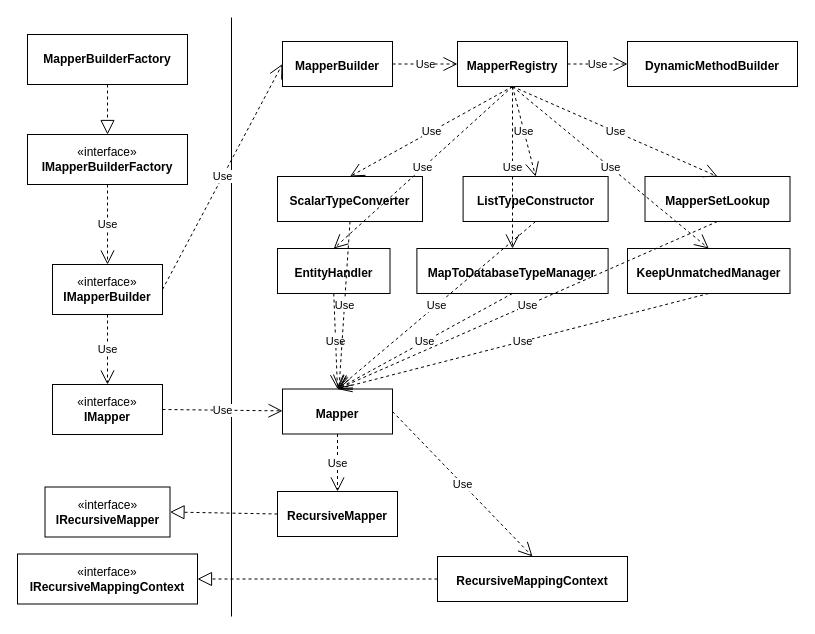
Earlier version of the draw.io diagram page "Program Structure" (3 of 3) of Document/Demonstration.drawio (keeper013/Oasis.EFMapper). Source tidied: cells renumbered, new cells numbered last; positions are measured from the earlier drawing's top-left corner, leaving out a move shared by most shapes. Both pictures are drawn from the tidied source at 100%, with x=0, y=0 at pixel (17, 17).
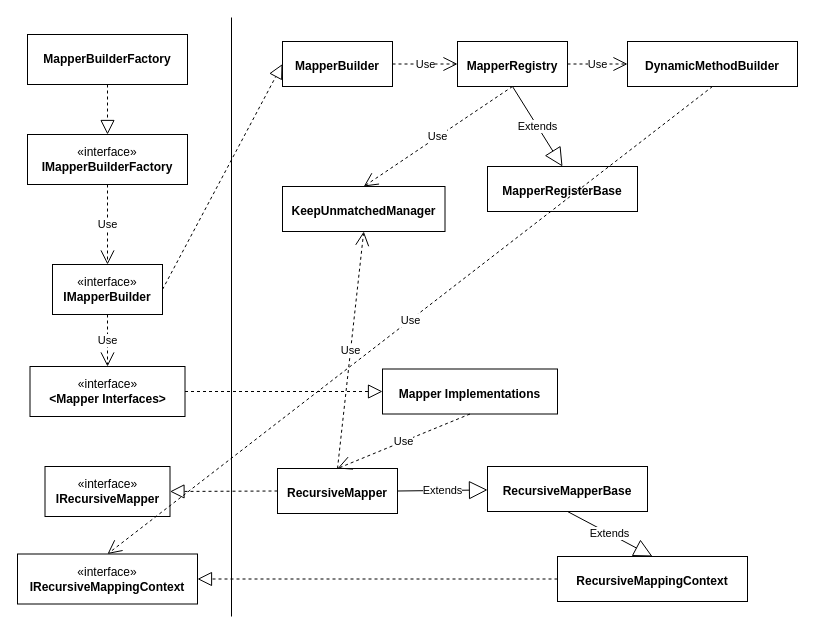
The same page after the edit.

The change refers to these unchanged cells:
```xml
<mxCell id="3" value="«interface»&lt;br&gt;&lt;b&gt;IMapperBuilder&lt;/b&gt;" style="html=1;whiteSpace=wrap;" parent="1" vertex="1">
  <mxGeometry x="35" y="247" width="110" height="50" as="geometry" />
</mxCell>
<mxCell id="10" value="&lt;p style=&quot;margin:0px;margin-top:4px;text-align:center;&quot;&gt;&lt;br&gt;&lt;b&gt;MapperBuilder&lt;/b&gt;&lt;/p&gt;" style="verticalAlign=top;align=left;overflow=fill;fontSize=12;fontFamily=Helvetica;html=1;whiteSpace=wrap;" parent="1" vertex="1">
  <mxGeometry x="265" y="24" width="110" height="45" as="geometry" />
</mxCell>
<mxCell id="14" value="&lt;p style=&quot;margin:0px;margin-top:4px;text-align:center;&quot;&gt;&lt;br&gt;&lt;b&gt;MapperRegistry&lt;/b&gt;&lt;/p&gt;" style="verticalAlign=top;align=left;overflow=fill;fontSize=12;fontFamily=Helvetica;html=1;whiteSpace=wrap;" parent="1" vertex="1">
  <mxGeometry x="440" y="24" width="110" height="45" as="geometry" />
</mxCell>
<mxCell id="22" value="«interface»&lt;br&gt;&lt;b&gt;IRecursiveMappingContext&lt;/b&gt;" style="html=1;whiteSpace=wrap;" parent="1" vertex="1">
  <mxGeometry y="536.5" width="180" height="50" as="geometry" />
</mxCell>
<mxCell id="24" value="&lt;p style=&quot;margin:0px;margin-top:4px;text-align:center;&quot;&gt;&lt;br&gt;&lt;b&gt;DynamicMethodBuilder&lt;/b&gt;&lt;/p&gt;" style="verticalAlign=top;align=left;overflow=fill;fontSize=12;fontFamily=Helvetica;html=1;whiteSpace=wrap;" parent="1" vertex="1">
  <mxGeometry x="610" y="24" width="170" height="45" as="geometry" />
</mxCell>
```

The edit, as a diff of the source:
```diff
@@
-    <mxCell id="2" value="«interface»&lt;br&gt;&lt;b&gt;IMapper&lt;/b&gt;" style="html=1;whiteSpace=wrap;" parent="1" vertex="1">
-      <mxGeometry x="35" y="367" width="110" height="50" as="geometry" />
+    <mxCell id="2" value="«interface»&lt;br&gt;&lt;b&gt;&amp;lt;Mapper Interfaces&amp;gt;&lt;/b&gt;" style="html=1;whiteSpace=wrap;" parent="1" vertex="1">
+      <mxGeometry x="12.5" y="349" width="155" height="50" as="geometry" />
     </mxCell>
@@
-    <mxCell id="11" value="&lt;p style=&quot;margin:0px;margin-top:4px;text-align:center;&quot;&gt;&lt;br&gt;&lt;b&gt;Mapper&lt;/b&gt;&lt;/p&gt;" style="verticalAlign=top;align=left;overflow=fill;fontSize=12;fontFamily=Helvetica;html=1;whiteSpace=wrap;" parent="1" vertex="1">
-      <mxGeometry x="265" y="371.5" width="110" height="45" as="geometry" />
-    </mxCell>
-    <mxCell id="12" value="Use" style="endArrow=open;endSize=12;dashed=1;html=1;rounded=0;exitX=1;exitY=0.5;exitDx=0;exitDy=0;entryX=0;entryY=0.5;entryDx=0;entryDy=0;" parent="1" edge="1" source="3" target="10">
-      <mxGeometry relative="1" as="geometry" />
-    </mxCell>
-    <mxCell id="13" value="Use" style="endArrow=open;endSize=12;dashed=1;html=1;rounded=0;exitX=1;exitY=0.5;exitDx=0;exitDy=0;" parent="1" edge="1" source="2" target="11">
-      <mxGeometry relative="1" as="geometry" />
-    </mxCell>
@@
     <mxCell id="16" value="&lt;p style=&quot;margin:0px;margin-top:4px;text-align:center;&quot;&gt;&lt;br&gt;&lt;b&gt;RecursiveMapper&lt;/b&gt;&lt;/p&gt;" style="verticalAlign=top;align=left;overflow=fill;fontSize=12;fontFamily=Helvetica;html=1;whiteSpace=wrap;" parent="1" vertex="1">
-      <mxGeometry x="260" y="474" width="120" height="45" as="geometry" />
+      <mxGeometry x="260" y="451" width="120" height="45" as="geometry" />
     </mxCell>
-    <mxCell id="17" value="Use" style="endArrow=open;endSize=12;dashed=1;html=1;rounded=0;exitX=0.5;exitY=1;exitDx=0;exitDy=0;" parent="1" edge="1" source="11" target="16">
-      <mxGeometry relative="1" as="geometry" />
-    </mxCell>
     <mxCell id="18" value="«interface»&lt;br&gt;&lt;b&gt;IRecursiveMapper&lt;/b&gt;" style="html=1;whiteSpace=wrap;" parent="1" vertex="1">
-      <mxGeometry x="27.5" y="469.5" width="125" height="50" as="geometry" />
+      <mxGeometry x="27.5" y="449" width="125" height="50" as="geometry" />
     </mxCell>
@@
     <mxCell id="20" value="&lt;p style=&quot;margin:0px;margin-top:4px;text-align:center;&quot;&gt;&lt;br&gt;&lt;b&gt;RecursiveMappingContext&lt;/b&gt;&lt;/p&gt;" style="verticalAlign=top;align=left;overflow=fill;fontSize=12;fontFamily=Helvetica;html=1;whiteSpace=wrap;" parent="1" vertex="1">
-      <mxGeometry x="420" y="539" width="190" height="45" as="geometry" />
+      <mxGeometry x="540" y="539" width="190" height="45" as="geometry" />
     </mxCell>
-    <mxCell id="21" value="Use" style="endArrow=open;endSize=12;dashed=1;html=1;rounded=0;exitX=1;exitY=0.5;exitDx=0;exitDy=0;entryX=0.5;entryY=0;entryDx=0;entryDy=0;" parent="1" edge="1" source="11" target="20">
-      <mxGeometry relative="1" as="geometry" />
-    </mxCell>
@@
-    <mxCell id="26" value="&lt;p style=&quot;margin:0px;margin-top:4px;text-align:center;&quot;&gt;&lt;br&gt;&lt;b&gt;ScalarTypeConverter&lt;/b&gt;&lt;/p&gt;" style="verticalAlign=top;align=left;overflow=fill;fontSize=12;fontFamily=Helvetica;html=1;whiteSpace=wrap;" parent="1" vertex="1">
-      <mxGeometry x="260" y="159" width="145" height="45" as="geometry" />
-    </mxCell>
-    <mxCell id="27" value="&lt;p style=&quot;margin:0px;margin-top:4px;text-align:center;&quot;&gt;&lt;br&gt;&lt;b&gt;ListTypeConstructor&lt;/b&gt;&lt;/p&gt;" style="verticalAlign=top;align=left;overflow=fill;fontSize=12;fontFamily=Helvetica;html=1;whiteSpace=wrap;" parent="1" vertex="1">
-      <mxGeometry x="445.6" y="159" width="145" height="45" as="geometry" />
-    </mxCell>
-    <mxCell id="28" value="&lt;p style=&quot;margin:0px;margin-top:4px;text-align:center;&quot;&gt;&lt;br&gt;&lt;b&gt;MapperSetLookup&lt;/b&gt;&lt;/p&gt;" style="verticalAlign=top;align=left;overflow=fill;fontSize=12;fontFamily=Helvetica;html=1;whiteSpace=wrap;" parent="1" vertex="1">
-      <mxGeometry x="627.5" y="159" width="145" height="45" as="geometry" />
-    </mxCell>
-    <mxCell id="29" value="&lt;p style=&quot;margin:0px;margin-top:4px;text-align:center;&quot;&gt;&lt;br&gt;&lt;b&gt;EntityHandler&lt;/b&gt;&lt;/p&gt;" style="verticalAlign=top;align=left;overflow=fill;fontSize=12;fontFamily=Helvetica;html=1;whiteSpace=wrap;" parent="1" vertex="1">
-      <mxGeometry x="260" y="231" width="112.5" height="45" as="geometry" />
-    </mxCell>
-    <mxCell id="30" value="&lt;p style=&quot;margin:0px;margin-top:4px;text-align:center;&quot;&gt;&lt;br&gt;&lt;b&gt;MapToDatabaseTypeManager&lt;/b&gt;&lt;/p&gt;" style="verticalAlign=top;align=left;overflow=fill;fontSize=12;fontFamily=Helvetica;html=1;whiteSpace=wrap;" parent="1" vertex="1">
-      <mxGeometry x="399.4" y="231" width="191.2" height="45" as="geometry" />
-    </mxCell>
     <mxCell id="31" value="&lt;p style=&quot;margin:0px;margin-top:4px;text-align:center;&quot;&gt;&lt;br&gt;&lt;b&gt;KeepUnmatchedManager&lt;/b&gt;&lt;/p&gt;" style="verticalAlign=top;align=left;overflow=fill;fontSize=12;fontFamily=Helvetica;html=1;whiteSpace=wrap;" parent="1" vertex="1">
-      <mxGeometry x="610" y="231" width="162.5" height="45" as="geometry" />
+      <mxGeometry x="265" y="169" width="162.5" height="45" as="geometry" />
     </mxCell>
-    <mxCell id="32" value="Use" style="endArrow=open;endSize=12;dashed=1;html=1;rounded=0;exitX=0.5;exitY=1;exitDx=0;exitDy=0;entryX=0.5;entryY=0;entryDx=0;entryDy=0;" parent="1" edge="1" source="14" target="26">
-      <mxGeometry relative="1" as="geometry" />
-    </mxCell>
-    <mxCell id="33" value="Use" style="endArrow=open;endSize=12;dashed=1;html=1;rounded=0;exitX=0.5;exitY=1;exitDx=0;exitDy=0;entryX=0.5;entryY=0;entryDx=0;entryDy=0;" parent="1" edge="1" source="14" target="27">
-      <mxGeometry relative="1" as="geometry" />
-    </mxCell>
-    <mxCell id="34" value="Use" style="endArrow=open;endSize=12;dashed=1;html=1;rounded=0;exitX=0.5;exitY=1;exitDx=0;exitDy=0;entryX=0.5;entryY=0;entryDx=0;entryDy=0;" parent="1" edge="1" source="14" target="28">
-      <mxGeometry relative="1" as="geometry" />
-    </mxCell>
-    <mxCell id="35" value="Use" style="endArrow=open;endSize=12;dashed=1;html=1;rounded=0;exitX=0.5;exitY=1;exitDx=0;exitDy=0;entryX=0.5;entryY=0;entryDx=0;entryDy=0;" parent="1" edge="1" source="14" target="29">
-      <mxGeometry relative="1" as="geometry" />
-    </mxCell>
-    <mxCell id="36" value="Use" style="endArrow=open;endSize=12;dashed=1;html=1;rounded=0;exitX=0.5;exitY=1;exitDx=0;exitDy=0;entryX=0.5;entryY=0;entryDx=0;entryDy=0;" parent="1" edge="1" source="14" target="30">
-      <mxGeometry relative="1" as="geometry" />
-    </mxCell>
@@
-    <mxCell id="38" value="Use" style="endArrow=open;endSize=12;dashed=1;html=1;rounded=0;exitX=0.5;exitY=1;exitDx=0;exitDy=0;entryX=0.5;entryY=0;entryDx=0;entryDy=0;" parent="1" edge="1" source="29" target="11">
-      <mxGeometry relative="1" as="geometry" />
-    </mxCell>
-    <mxCell id="39" value="Use" style="endArrow=open;endSize=12;dashed=1;html=1;rounded=0;exitX=0.5;exitY=1;exitDx=0;exitDy=0;entryX=0.5;entryY=0;entryDx=0;entryDy=0;" parent="1" edge="1" source="30" target="11">
-      <mxGeometry relative="1" as="geometry" />
-    </mxCell>
-    <mxCell id="40" value="Use" style="endArrow=open;endSize=12;dashed=1;html=1;rounded=0;exitX=0.5;exitY=1;exitDx=0;exitDy=0;entryX=0.5;entryY=0;entryDx=0;entryDy=0;" parent="1" edge="1" source="31" target="11">
+    <mxCell id="40" value="Use" style="endArrow=open;endSize=12;dashed=1;html=1;rounded=0;entryX=0.5;entryY=1;entryDx=0;entryDy=0;exitX=0.5;exitY=0;exitDx=0;exitDy=0;" parent="1" edge="1" source="16" target="31">
       <mxGeometry relative="1" as="geometry" />
     </mxCell>
-    <mxCell id="41" value="Use" style="endArrow=open;endSize=12;dashed=1;html=1;rounded=0;exitX=0.5;exitY=1;exitDx=0;exitDy=0;" parent="1" edge="1" source="26" target="11">
-      <mxGeometry relative="1" as="geometry" />
-    </mxCell>
-    <mxCell id="42" value="Use" style="endArrow=open;endSize=12;dashed=1;html=1;rounded=0;exitX=0.5;exitY=1;exitDx=0;exitDy=0;entryX=0.5;entryY=0;entryDx=0;entryDy=0;" parent="1" edge="1" source="27" target="11">
-      <mxGeometry relative="1" as="geometry" />
-    </mxCell>
-    <mxCell id="43" value="Use" style="endArrow=open;endSize=12;dashed=1;html=1;rounded=0;exitX=0.5;exitY=1;exitDx=0;exitDy=0;entryX=0.5;entryY=0;entryDx=0;entryDy=0;" parent="1" edge="1" source="28" target="11">
-      <mxGeometry relative="1" as="geometry" />
-    </mxCell>
+    <mxCell id="44" value="&lt;p style=&quot;margin:0px;margin-top:4px;text-align:center;&quot;&gt;&lt;br&gt;&lt;b&gt;MapperRegisterBase&lt;/b&gt;&lt;/p&gt;" style="verticalAlign=top;align=left;overflow=fill;fontSize=12;fontFamily=Helvetica;html=1;whiteSpace=wrap;" parent="1" vertex="1">
+      <mxGeometry x="470" y="149" width="150" height="45" as="geometry" />
+    </mxCell>
+    <mxCell id="45" value="Extends" style="endArrow=block;endSize=16;endFill=0;html=1;rounded=0;exitX=0.5;exitY=1;exitDx=0;exitDy=0;entryX=0.5;entryY=0;entryDx=0;entryDy=0;" parent="1" edge="1" source="14" target="44">
+      <mxGeometry relative="1" as="geometry" />
+    </mxCell>
+    <mxCell id="46" value="&lt;p style=&quot;margin:0px;margin-top:4px;text-align:center;&quot;&gt;&lt;br&gt;&lt;b&gt;RecursiveMapperBase&lt;/b&gt;&lt;/p&gt;" style="verticalAlign=top;align=left;overflow=fill;fontSize=12;fontFamily=Helvetica;html=1;whiteSpace=wrap;" parent="1" vertex="1">
+      <mxGeometry x="470" y="449" width="160" height="45" as="geometry" />
+    </mxCell>
+    <mxCell id="47" value="Extends" style="endArrow=block;endSize=16;endFill=0;html=1;rounded=0;exitX=1;exitY=0.5;exitDx=0;exitDy=0;" parent="1" edge="1" source="16" target="46">
+      <mxGeometry relative="1" as="geometry" />
+    </mxCell>
+    <mxCell id="48" value="Extends" style="endArrow=block;endSize=16;endFill=0;html=1;rounded=0;exitX=0.5;exitY=1;exitDx=0;exitDy=0;entryX=0.5;entryY=0;entryDx=0;entryDy=0;" parent="1" edge="1" source="46" target="20">
+      <mxGeometry relative="1" as="geometry" />
+    </mxCell>
+    <mxCell id="49" value="&lt;p style=&quot;margin:0px;margin-top:4px;text-align:center;&quot;&gt;&lt;br&gt;&lt;b&gt;Mapper Implementations&lt;/b&gt;&lt;/p&gt;" style="verticalAlign=top;align=left;overflow=fill;fontSize=12;fontFamily=Helvetica;html=1;whiteSpace=wrap;" parent="1" vertex="1">
+      <mxGeometry x="365" y="351.5" width="175" height="45" as="geometry" />
+    </mxCell>
+    <mxCell id="12" style="endArrow=block;dashed=1;endFill=0;endSize=12;html=1;rounded=0;exitX=1;exitY=0.5;exitDx=0;exitDy=0;entryX=0;entryY=0.5;entryDx=0;entryDy=0;" parent="1" edge="1" source="3" target="10">
+      <mxGeometry relative="1" as="geometry" />
+    </mxCell>
+    <mxCell id="50" style="endArrow=block;dashed=1;endFill=0;endSize=12;html=1;rounded=0;exitX=1;exitY=0.5;exitDx=0;exitDy=0;entryX=0;entryY=0.5;entryDx=0;entryDy=0;" parent="1" edge="1" source="2" target="49">
+      <mxGeometry relative="1" as="geometry" />
+    </mxCell>
+    <mxCell id="51" value="Use" style="endArrow=open;endSize=12;dashed=1;html=1;rounded=0;exitX=0.5;exitY=1;exitDx=0;exitDy=0;entryX=0.5;entryY=0;entryDx=0;entryDy=0;" parent="1" edge="1" source="49" target="16">
+      <mxGeometry relative="1" as="geometry" />
+    </mxCell>
+    <mxCell id="52" value="Use" style="endArrow=open;endSize=12;dashed=1;html=1;rounded=0;exitX=0.5;exitY=1;exitDx=0;exitDy=0;entryX=0.5;entryY=0;entryDx=0;entryDy=0;" parent="1" edge="1" source="24" target="22">
+      <mxGeometry relative="1" as="geometry" />
+    </mxCell>
```
